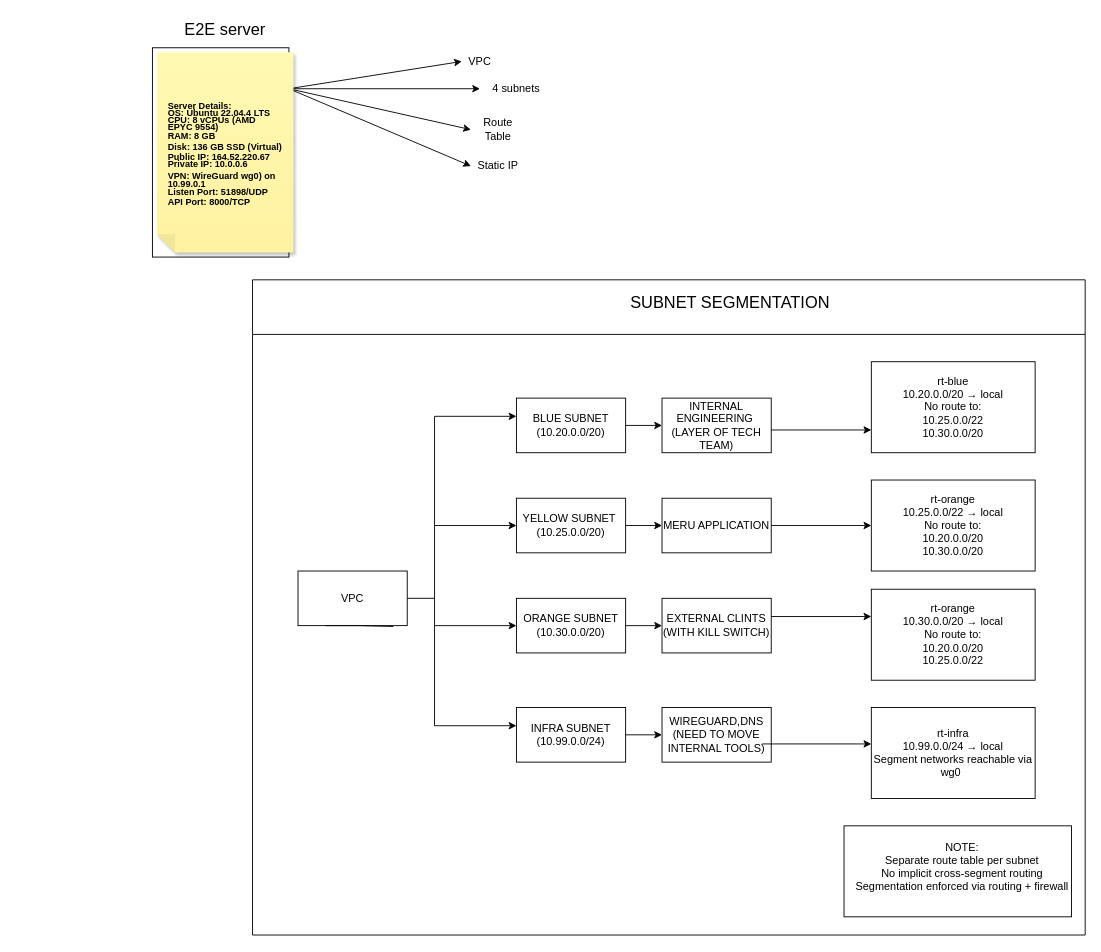
Above: Untitled Diagram.drawio in nikhila1511ch/-Kubernetes (draw.io), before the change. Source tidied: cells renumbered, new cells numbered last; positions are measured from the earlier drawing's top-left corner, leaving out a move shared by most shapes. Both pictures are drawn from the tidied source at 91%, with x=0, y=0 at pixel (143, 15).
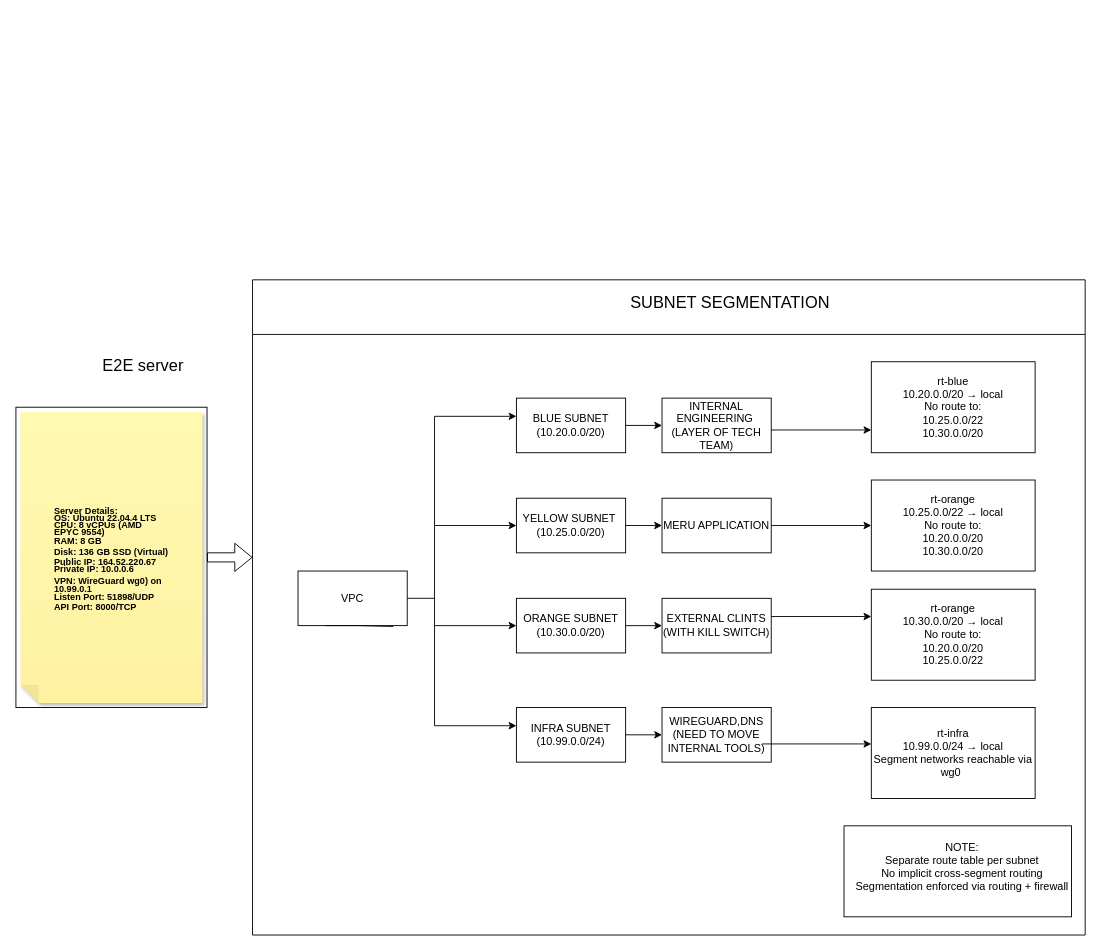
The same diagram, later.

Diff of the diagram source:
```diff
@@
     <mxCell id="2" value="&lt;font style=&quot;font-size: 18px;&quot;&gt;E2E server&lt;/font&gt;" style="text;html=1;whiteSpace=wrap;strokeColor=none;fillColor=none;align=center;verticalAlign=middle;rounded=0;" parent="1" vertex="1">
-      <mxGeometry width="180" height="30" as="geometry" />
+      <mxGeometry x="-90" y="370" width="180" height="30" as="geometry" />
     </mxCell>
-    <mxCell id="3" value="VPC" style="text;html=1;whiteSpace=wrap;strokeColor=none;fillColor=none;align=center;verticalAlign=middle;rounded=0;" parent="1" vertex="1">
-      <mxGeometry x="340" y="35" width="60" height="30" as="geometry" />
-    </mxCell>
-    <mxCell id="4" value="4 subnets" style="text;html=1;whiteSpace=wrap;strokeColor=none;fillColor=none;align=center;verticalAlign=middle;rounded=0;" parent="1" vertex="1">
-      <mxGeometry x="380" y="65" width="60" height="30" as="geometry" />
-    </mxCell>
-    <mxCell id="5" value="Static IP" style="text;html=1;whiteSpace=wrap;strokeColor=none;fillColor=none;align=center;verticalAlign=middle;rounded=0;" parent="1" vertex="1">
-      <mxGeometry x="360" y="150" width="60" height="30" as="geometry" />
-    </mxCell>
-    <mxCell id="6" value="Route Table" style="text;html=1;whiteSpace=wrap;strokeColor=none;fillColor=none;align=center;verticalAlign=middle;rounded=0;" parent="1" vertex="1">
-      <mxGeometry x="360" y="110" width="60" height="30" as="geometry" />
-    </mxCell>
-    <mxCell id="7" style="endArrow=classic;html=1;rounded=0;" parent="1" edge="1">
-      <mxGeometry relative="1" as="geometry">
-        <mxPoint x="160" y="80" as="sourcePoint" />
-        <mxPoint x="350" y="50" as="targetPoint" />
-      </mxGeometry>
-    </mxCell>
-    <mxCell id="8" style="endArrow=classic;html=1;rounded=0;entryX=0;entryY=0.5;entryDx=0;entryDy=0;exitX=1;exitY=0.5;exitDx=0;exitDy=0;" parent="1" edge="1">
-      <mxGeometry relative="1" as="geometry">
-        <mxPoint x="160" y="80" as="sourcePoint" />
-        <mxPoint x="370" y="80" as="targetPoint" />
-      </mxGeometry>
-    </mxCell>
-    <mxCell id="9" style="endArrow=classic;html=1;rounded=0;entryX=0;entryY=0.5;entryDx=0;entryDy=0;exitX=1;exitY=0.5;exitDx=0;exitDy=0;" parent="1" edge="1">
-      <mxGeometry relative="1" as="geometry">
-        <mxPoint x="160" y="80" as="sourcePoint" />
-        <mxPoint x="360" y="165" as="targetPoint" />
-      </mxGeometry>
-    </mxCell>
-    <mxCell id="10" style="endArrow=classic;html=1;rounded=0;entryX=0;entryY=0.5;entryDx=0;entryDy=0;" parent="1" edge="1" target="6">
-      <mxGeometry relative="1" as="geometry">
-        <mxPoint x="160" y="80" as="sourcePoint" />
-      </mxGeometry>
-    </mxCell>
     <mxCell id="11" style="rounded=0;whiteSpace=wrap;html=1;direction=south;" parent="1" vertex="1">
-      <mxGeometry x="10" y="35" width="150" height="230" as="geometry" />
+      <mxGeometry x="-140" y="430" width="210" height="330" as="geometry" />
     </mxCell>
     <mxCell id="12" value="&lt;p style=&quot;margin-bottom: 0.25cm; line-height: 1.15px; background: transparent; text-align: start;&quot;&gt;&lt;b style=&quot;&quot;&gt;&lt;font style=&quot;color: light-dark(rgb(0, 0, 0), rgb(255, 255, 255)); font-size: 10px;&quot;&gt;&lt;span style=&quot;display: inline-block; border: none; padding: 0cm;&quot;&gt;&lt;font style=&quot;&quot;&gt;Server Details:&lt;br&gt;&lt;/font&gt;&lt;/span&gt;&lt;span style=&quot;background-color: transparent;&quot;&gt;&lt;br&gt;&lt;br&gt;&lt;br&gt;&lt;br&gt;&lt;br&gt;&lt;br&gt;OS: Ubuntu 22.04.4 LTS&lt;br&gt;&lt;br&gt;&lt;br&gt;&lt;br&gt;&lt;br&gt;&lt;/span&gt;&lt;span style=&quot;background-color: transparent;&quot;&gt;&lt;br&gt;&lt;br&gt;CPU: 8 vCPUs (AMD&lt;br&gt;&lt;/span&gt;&lt;span style=&quot;background-color: transparent;&quot;&gt;&lt;br&gt;&lt;br&gt;&lt;br&gt;&lt;br&gt;&lt;br&gt;&lt;br&gt;EPYC 9554)&lt;br&gt;&lt;/span&gt;&lt;span style=&quot;background-color: transparent;&quot;&gt;&lt;br&gt;&lt;br&gt;&lt;br&gt;&lt;br&gt;&lt;br&gt;&lt;br&gt;&lt;br&gt;&lt;br&gt;RAM: 8 GB&lt;br&gt;&lt;/span&gt;&lt;span style=&quot;background-color: transparent;&quot;&gt;&lt;br&gt;&lt;br&gt;&lt;br&gt;&lt;br&gt;&lt;br&gt;&lt;br&gt;&lt;br&gt;&lt;br&gt;&lt;br&gt;Disk: 136 GB SSD (Virtual)&lt;br&gt;&lt;br&gt;&lt;br&gt;&lt;br&gt;&lt;br&gt;&lt;br&gt;&lt;br&gt;&lt;br&gt;&lt;br&gt;&lt;br&gt;&lt;/span&gt;&lt;span style=&quot;background-color: transparent;&quot;&gt;Public IP: 164.52.220.67&lt;br&gt;&lt;/span&gt;&lt;span style=&quot;background-color: transparent;&quot;&gt;&lt;br&gt;&lt;br&gt;&lt;br&gt;&lt;br&gt;&lt;br&gt;&lt;br&gt;Private IP: 10.0.0.6&lt;br&gt;&lt;/span&gt;&lt;span style=&quot;background-color: transparent;&quot;&gt;&lt;br&gt;&lt;br&gt;&lt;br&gt;&lt;br&gt;&lt;br&gt;&lt;br&gt;&lt;br&gt;&lt;br&gt;&lt;br&gt;&lt;br&gt;VPN: WireGuard wg0) on&lt;br&gt;&lt;/span&gt;&lt;span style=&quot;background-color: transparent;&quot;&gt;&lt;br&gt;&lt;br&gt;&lt;br&gt;&lt;br&gt;&lt;br&gt;&lt;br&gt;&lt;br&gt;10.99.0.1&lt;br&gt;&lt;/span&gt;&lt;span style=&quot;background-color: transparent;&quot;&gt;&lt;br&gt;&lt;br&gt;&lt;br&gt;&lt;br&gt;&lt;br&gt;&lt;br&gt;Listen Port: 51898/UDP&lt;br&gt;&lt;/span&gt;&lt;span style=&quot;background-color: transparent;&quot;&gt;&lt;br&gt;&lt;br&gt;&lt;br&gt;&lt;br&gt;&lt;br&gt;&lt;br&gt;&lt;br&gt;&lt;br&gt;API Port: 8000/TCP&lt;/span&gt;&lt;/font&gt;&lt;/b&gt;&lt;/p&gt;" style="shape=note;whiteSpace=wrap;html=1;backgroundOutline=1;fontColor=#000000;darkOpacity=0.05;fillColor=#FFF9B2;strokeColor=none;fillStyle=solid;direction=west;gradientDirection=north;gradientColor=#FFF2A1;shadow=1;size=20;" parent="1" vertex="1">
-      <mxGeometry x="15" y="40" width="150" height="220" as="geometry" />
+      <mxGeometry x="-135" y="435" width="200" height="320" as="geometry" />
     </mxCell>
@@
+    <mxCell id="46" style="shape=flexArrow;endArrow=classic;html=1;rounded=0;" parent="1" edge="1">
+      <mxGeometry relative="1" as="geometry">
+        <mxPoint x="70" y="595" as="sourcePoint" />
+        <mxPoint x="120" y="595" as="targetPoint" />
+      </mxGeometry>
+    </mxCell>
```
